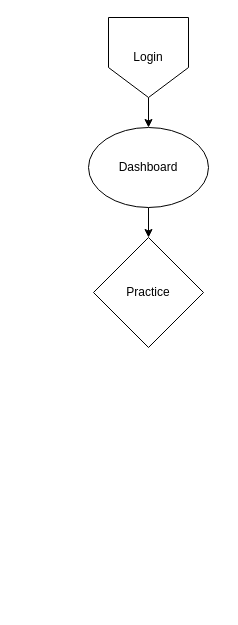
This is page "Dashboard" (4 of 4) of diagrams/program.drawio from University-Bangkok-JW/cs497-project, a draw.io file, before an edit. Source tidied: cells renumbered, new cells numbered last; positions are measured from the earlier drawing's top-left corner, leaving out a move shared by most shapes. Both pictures are drawn from the tidied source at 100%, with x=0, y=0 at pixel (88, 17).
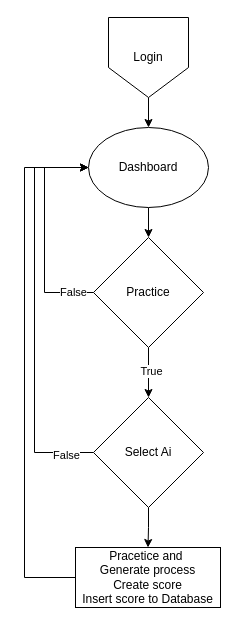
After the change.

Commit message:
[dashboard] Create Ai selection and process

The change refers to these unchanged cells:
```xml
<mxCell id="5" value="Dashboard" style="ellipse;whiteSpace=wrap;html=1;" parent="1" vertex="1">
  <mxGeometry y="110" width="120" height="80" as="geometry" />
</mxCell>
<mxCell id="6" value="Practice" style="rhombus;whiteSpace=wrap;html=1;" parent="1" vertex="1">
  <mxGeometry x="5" y="220" width="110" height="110" as="geometry" />
</mxCell>
```

Change to the diagram source:
```diff
@@
+    <mxCell id="7" style="edgeStyle=orthogonalEdgeStyle;rounded=0;jettySize=auto;html=1;" parent="1" edge="1" source="6" target="12">
+      <mxGeometry relative="1" as="geometry" />
+    </mxCell>
+    <mxCell id="8" value="True" style="edgeLabel;html=1;align=center;verticalAlign=middle;" parent="7" vertex="1">
+      <mxGeometry x="-0.09" y="2" relative="1" as="geometry" />
+    </mxCell>
@@
+    <mxCell id="9" style="edgeStyle=orthogonalEdgeStyle;rounded=0;jettySize=auto;html=1;entryX=0;entryY=0.5;entryDx=0;entryDy=0;" parent="1" edge="1" source="12" target="5">
+      <mxGeometry relative="1" as="geometry">
+        <Array as="points">
+          <mxPoint x="-54" y="435" />
+          <mxPoint x="-54" y="150" />
+        </Array>
+      </mxGeometry>
+    </mxCell>
+    <mxCell id="10" value="False" style="edgeLabel;html=1;align=center;verticalAlign=middle;" parent="9" vertex="1">
+      <mxGeometry x="-0.86" y="2" relative="1" as="geometry" />
+    </mxCell>
+    <mxCell id="11" style="edgeStyle=orthogonalEdgeStyle;rounded=0;jettySize=auto;html=1;" parent="1" edge="1" source="12" target="16">
+      <mxGeometry relative="1" as="geometry" />
+    </mxCell>
+    <mxCell id="12" value="Select Ai" style="rhombus;whiteSpace=wrap;html=1;" parent="1" vertex="1">
+      <mxGeometry x="5" y="380" width="110" height="110" as="geometry" />
+    </mxCell>
+    <mxCell id="13" style="edgeStyle=orthogonalEdgeStyle;rounded=0;jettySize=auto;html=1;exitX=0;exitY=0.5;exitDx=0;exitDy=0;entryX=0;entryY=0.5;entryDx=0;entryDy=0;" parent="1" edge="1" source="6" target="5">
+      <mxGeometry relative="1" as="geometry">
+        <Array as="points">
+          <mxPoint x="-44" y="275" />
+          <mxPoint x="-44" y="150" />
+        </Array>
+      </mxGeometry>
+    </mxCell>
+    <mxCell id="14" value="False" style="edgeLabel;html=1;align=center;verticalAlign=middle;" parent="13" vertex="1">
+      <mxGeometry x="-0.9" y="-1" relative="1" as="geometry">
+        <mxPoint x="-10" as="offset" />
+      </mxGeometry>
+    </mxCell>
+    <mxCell id="15" style="edgeStyle=orthogonalEdgeStyle;rounded=0;jettySize=auto;html=1;entryX=0;entryY=0.5;entryDx=0;entryDy=0;" parent="1" edge="1" source="16" target="5">
+      <mxGeometry relative="1" as="geometry">
+        <Array as="points">
+          <mxPoint x="-64" y="560" />
+          <mxPoint x="-64" y="150" />
+        </Array>
+      </mxGeometry>
+    </mxCell>
+    <mxCell id="16" value="Pracetice and&amp;nbsp;&lt;div&gt;Generate process&lt;div&gt;&lt;span style=&quot;background-color: initial;&quot;&gt;Create score&lt;/span&gt;&lt;br&gt;&lt;/div&gt;&lt;/div&gt;&lt;div&gt;Insert score to Database&lt;/div&gt;" style="rounded=0;whiteSpace=wrap;html=1;" parent="1" vertex="1">
+      <mxGeometry x="-13" y="530" width="145" height="60" as="geometry" />
+    </mxCell>
```
